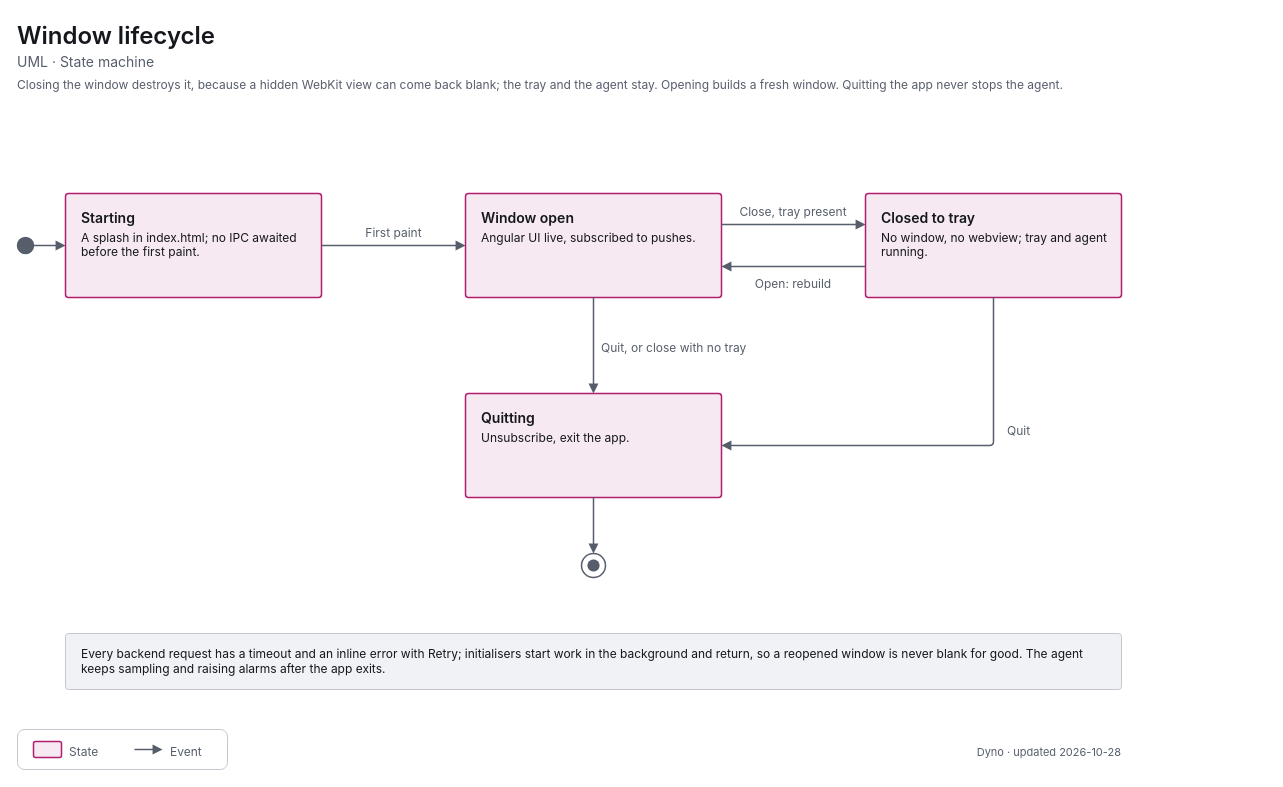
Above: apps/dyno/diagrams/uml-state-window.drawio in decryp7/paddock (draw.io), before the change. Source tidied: cells renumbered, new cells numbered last; positions are measured from the earlier drawing's top-left corner, leaving out a move shared by most shapes. Both pictures are drawn from the tidied source at 100%, with x=0, y=0 at pixel (17, 17).
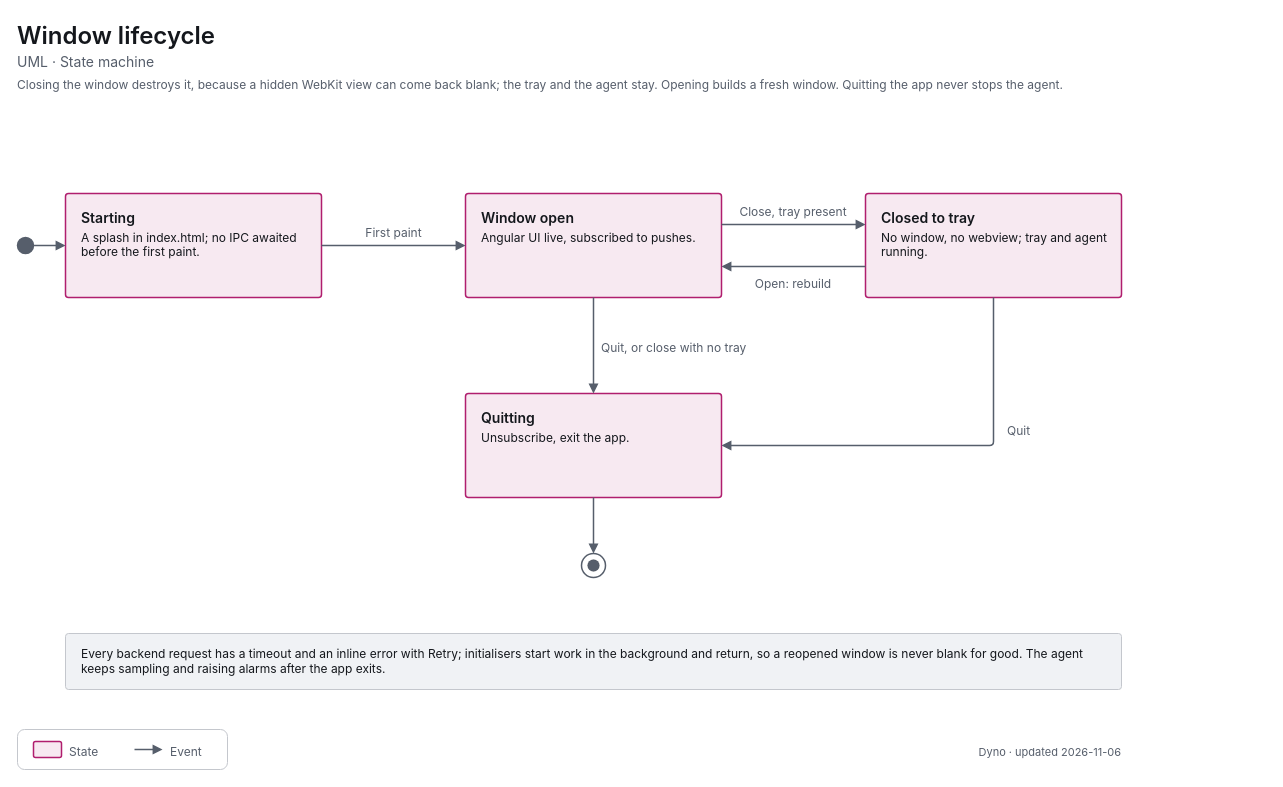
After the change.

Diff of the diagram source:
```diff
@@
-    <mxCell id="30" value="&lt;span style=&quot;font-size:11px;font-weight:400&quot;&gt;Dyno · updated 2026-10-28&lt;/span&gt;" style="html=1;whiteSpace=wrap;fontFamily=-apple-system,BlinkMacSystemFont,Segoe UI,system-ui,sans-serif;fontSize=12;fontColor=light-dark(#14171C,#ECEEF1);text;strokeColor=none;fillColor=none;align=right;verticalAlign=top;spacing=0;fontColor=light-dark(#565E6B,#A0A7B2);" parent="1" vertex="1">
+    <mxCell id="30" value="&lt;span style=&quot;font-size:11px;font-weight:400&quot;&gt;Dyno · updated 2026-11-06&lt;/span&gt;" style="html=1;whiteSpace=wrap;fontFamily=-apple-system,BlinkMacSystemFont,Segoe UI,system-ui,sans-serif;fontSize=12;fontColor=light-dark(#14171C,#ECEEF1);text;strokeColor=none;fillColor=none;align=right;verticalAlign=top;spacing=0;fontColor=light-dark(#565E6B,#A0A7B2);" parent="1" vertex="1">
       <mxGeometry x="744" y="723" width="360" height="18" as="geometry" />
     </mxCell>
```
